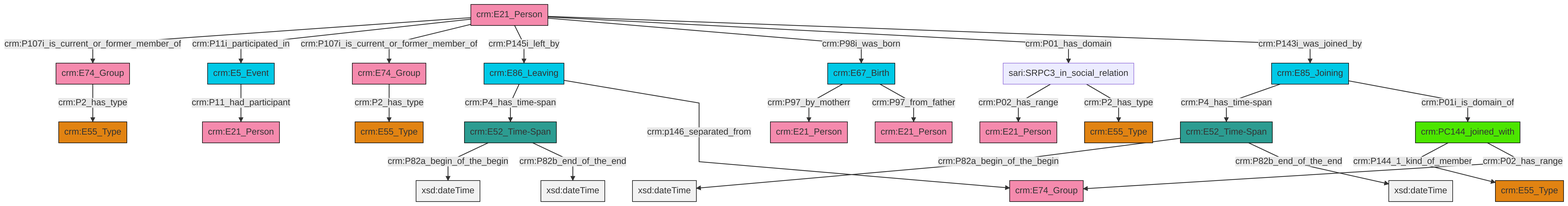
swiss-art-research-net/reference-data-models keeps this Mermaid diagram as et/personCSV/ttl/mmd/png/Person_Actor_Relations.png. Above is the earlier version. Its source is kept beside it as et/personCSV/ttl/mmd/Person_Actor_Relations.ttl.mmd. Its diagram source:
```mermaid
graph TD
classDef Literal fill:#f2f2f2,stroke:#000000;
classDef CRM_Entity fill:#FFFFFF,stroke:#000000;
classDef Temporal_Entity fill:#00C9E6, stroke:#000000;
classDef Type fill:#E18312, stroke:#000000;
classDef Time-Span fill:#2C9C91, stroke:#000000;
classDef Appellation fill:#FFEB7F, stroke:#000000;
classDef Place fill:#008836, stroke:#000000;
classDef Persistent_Item fill:#B266B2, stroke:#000000;
classDef Conceptual_Object fill:#FFD700, stroke:#000000;
classDef Physical_Thing fill:#D2B48C, stroke:#000000;
classDef Actor fill:#f58aad, stroke:#000000;
classDef PC_Classes fill:#4ce600, stroke:#000000;
classDef Multi fill:#cccccc,stroke:#000000;

0["crm:E21_Person"]:::Actor -->|crm:P107i_is_current_or_former_member_of| 1["crm:E74_Group"]:::Actor
0["crm:E21_Person"]:::Actor -->|crm:P11i_participated_in| 2["crm:E5_Event"]:::Temporal_Entity
3["crm:PC144_joined_with"]:::PC_Classes -->|crm:P144_1_kind_of_member| 4["crm:E55_Type"]:::Type
0["crm:E21_Person"]:::Actor -->|crm:P107i_is_current_or_former_member_of| 9["crm:E74_Group"]:::Actor
10["sari:SRPC3_in_social_relation"]:::Default -->|crm:P02_has_range| 11["crm:E21_Person"]:::Actor
3["crm:PC144_joined_with"]:::PC_Classes -->|crm:P02_has_range| 15["crm:E74_Group"]:::Actor
5["crm:E52_Time-Span"]:::Time-Span -->|crm:P82a_begin_of_the_begin| 22[xsd:dateTime]:::Literal
5["crm:E52_Time-Span"]:::Time-Span -->|crm:P82b_end_of_the_end| 23[xsd:dateTime]:::Literal
26["crm:E85_Joining"]:::Temporal_Entity -->|crm:P4_has_time-span| 5["crm:E52_Time-Span"]:::Time-Span
28["crm:E67_Birth"]:::Temporal_Entity -->|crm:P97_by_motherr| 29["crm:E21_Person"]:::Actor
2["crm:E5_Event"]:::Temporal_Entity -->|crm:P11_had_participant| 16["crm:E21_Person"]:::Actor
10["sari:SRPC3_in_social_relation"]:::Default -->|crm:P2_has_type| 24["crm:E55_Type"]:::Type
0["crm:E21_Person"]:::Actor -->|crm:P145i_left_by| 33["crm:E86_Leaving"]:::Temporal_Entity
9["crm:E74_Group"]:::Actor -->|crm:P2_has_type| 7["crm:E55_Type"]:::Type
1["crm:E74_Group"]:::Actor -->|crm:P2_has_type| 12["crm:E55_Type"]:::Type
28["crm:E67_Birth"]:::Temporal_Entity -->|crm:P97_from_father| 20["crm:E21_Person"]:::Actor
26["crm:E85_Joining"]:::Temporal_Entity -->|crm:P01i_is_domain_of| 3["crm:PC144_joined_with"]:::PC_Classes
33["crm:E86_Leaving"]:::Temporal_Entity -->|crm:P4_has_time-span| 18["crm:E52_Time-Span"]:::Time-Span
0["crm:E21_Person"]:::Actor -->|crm:P98i_was_born| 28["crm:E67_Birth"]:::Temporal_Entity
33["crm:E86_Leaving"]:::Temporal_Entity -->|crm:p146_separated_from| 15["crm:E74_Group"]:::Actor
0["crm:E21_Person"]:::Actor -->|crm:P01_has_domain| 10["sari:SRPC3_in_social_relation"]:::Default
18["crm:E52_Time-Span"]:::Time-Span -->|crm:P82a_begin_of_the_begin| 42[xsd:dateTime]:::Literal
18["crm:E52_Time-Span"]:::Time-Span -->|crm:P82b_end_of_the_end| 44[xsd:dateTime]:::Literal
0["crm:E21_Person"]:::Actor -->|crm:P143i_was_joined_by| 26["crm:E85_Joining"]:::Temporal_Entity
```
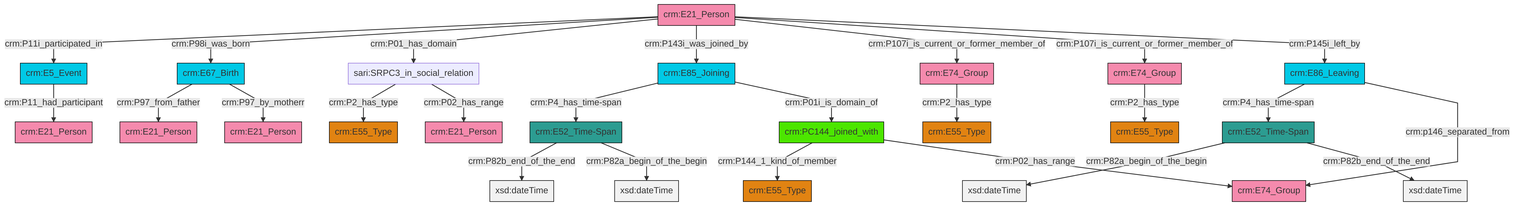
Later version of the same file.

Change to the diagram source:
```diff
@@ -13,27 +13,27 @@
 classDef PC_Classes fill:#4ce600, stroke:#000000;
 classDef Multi fill:#cccccc,stroke:#000000;
 
-0["crm:E21_Person"]:::Actor -->|crm:P107i_is_current_or_former_member_of| 1["crm:E74_Group"]:::Actor
-0["crm:E21_Person"]:::Actor -->|crm:P11i_participated_in| 2["crm:E5_Event"]:::Temporal_Entity
-3["crm:PC144_joined_with"]:::PC_Classes -->|crm:P144_1_kind_of_member| 4["crm:E55_Type"]:::Type
-0["crm:E21_Person"]:::Actor -->|crm:P107i_is_current_or_former_member_of| 9["crm:E74_Group"]:::Actor
-10["sari:SRPC3_in_social_relation"]:::Default -->|crm:P02_has_range| 11["crm:E21_Person"]:::Actor
-3["crm:PC144_joined_with"]:::PC_Classes -->|crm:P02_has_range| 15["crm:E74_Group"]:::Actor
-5["crm:E52_Time-Span"]:::Time-Span -->|crm:P82a_begin_of_the_begin| 22[xsd:dateTime]:::Literal
-5["crm:E52_Time-Span"]:::Time-Span -->|crm:P82b_end_of_the_end| 23[xsd:dateTime]:::Literal
-26["crm:E85_Joining"]:::Temporal_Entity -->|crm:P4_has_time-span| 5["crm:E52_Time-Span"]:::Time-Span
-28["crm:E67_Birth"]:::Temporal_Entity -->|crm:P97_by_motherr| 29["crm:E21_Person"]:::Actor
-2["crm:E5_Event"]:::Temporal_Entity -->|crm:P11_had_participant| 16["crm:E21_Person"]:::Actor
-10["sari:SRPC3_in_social_relation"]:::Default -->|crm:P2_has_type| 24["crm:E55_Type"]:::Type
-0["crm:E21_Person"]:::Actor -->|crm:P145i_left_by| 33["crm:E86_Leaving"]:::Temporal_Entity
-9["crm:E74_Group"]:::Actor -->|crm:P2_has_type| 7["crm:E55_Type"]:::Type
-1["crm:E74_Group"]:::Actor -->|crm:P2_has_type| 12["crm:E55_Type"]:::Type
-28["crm:E67_Birth"]:::Temporal_Entity -->|crm:P97_from_father| 20["crm:E21_Person"]:::Actor
-26["crm:E85_Joining"]:::Temporal_Entity -->|crm:P01i_is_domain_of| 3["crm:PC144_joined_with"]:::PC_Classes
-33["crm:E86_Leaving"]:::Temporal_Entity -->|crm:P4_has_time-span| 18["crm:E52_Time-Span"]:::Time-Span
-0["crm:E21_Person"]:::Actor -->|crm:P98i_was_born| 28["crm:E67_Birth"]:::Temporal_Entity
-33["crm:E86_Leaving"]:::Temporal_Entity -->|crm:p146_separated_from| 15["crm:E74_Group"]:::Actor
-0["crm:E21_Person"]:::Actor -->|crm:P01_has_domain| 10["sari:SRPC3_in_social_relation"]:::Default
-18["crm:E52_Time-Span"]:::Time-Span -->|crm:P82a_begin_of_the_begin| 42[xsd:dateTime]:::Literal
-18["crm:E52_Time-Span"]:::Time-Span -->|crm:P82b_end_of_the_end| 44[xsd:dateTime]:::Literal
-0["crm:E21_Person"]:::Actor -->|crm:P143i_was_joined_by| 26["crm:E85_Joining"]:::Temporal_Entity
+0["crm:E74_Group"]:::Actor -->|crm:P2_has_type| 1["crm:E55_Type"]:::Type
+2["crm:E52_Time-Span"]:::Time-Span -->|crm:P82a_begin_of_the_begin| 3[xsd:dateTime]:::Literal
+6["crm:E21_Person"]:::Actor -->|crm:P11i_participated_in| 7["crm:E5_Event"]:::Temporal_Entity
+10["crm:E85_Joining"]:::Temporal_Entity -->|crm:P4_has_time-span| 11["crm:E52_Time-Span"]:::Time-Span
+6["crm:E21_Person"]:::Actor -->|crm:P98i_was_born| 12["crm:E67_Birth"]:::Temporal_Entity
+11["crm:E52_Time-Span"]:::Time-Span -->|crm:P82b_end_of_the_end| 13[xsd:dateTime]:::Literal
+6["crm:E21_Person"]:::Actor -->|crm:P01_has_domain| 14["sari:SRPC3_in_social_relation"]:::Default
+6["crm:E21_Person"]:::Actor -->|crm:P143i_was_joined_by| 10["crm:E85_Joining"]:::Temporal_Entity
+7["crm:E5_Event"]:::Temporal_Entity -->|crm:P11_had_participant| 17["crm:E21_Person"]:::Actor
+18["crm:E74_Group"]:::Actor -->|crm:P2_has_type| 19["crm:E55_Type"]:::Type
+6["crm:E21_Person"]:::Actor -->|crm:P107i_is_current_or_former_member_of| 18["crm:E74_Group"]:::Actor
+22["crm:E86_Leaving"]:::Temporal_Entity -->|crm:P4_has_time-span| 2["crm:E52_Time-Span"]:::Time-Span
+22["crm:E86_Leaving"]:::Temporal_Entity -->|crm:p146_separated_from| 27["crm:E74_Group"]:::Actor
+14["sari:SRPC3_in_social_relation"]:::Default -->|crm:P2_has_type| 4["crm:E55_Type"]:::Type
+2["crm:E52_Time-Span"]:::Time-Span -->|crm:P82b_end_of_the_end| 29[xsd:dateTime]:::Literal
+14["sari:SRPC3_in_social_relation"]:::Default -->|crm:P02_has_range| 30["crm:E21_Person"]:::Actor
+12["crm:E67_Birth"]:::Temporal_Entity -->|crm:P97_from_father| 8["crm:E21_Person"]:::Actor
+15["crm:PC144_joined_with"]:::PC_Classes -->|crm:P144_1_kind_of_member| 20["crm:E55_Type"]:::Type
+15["crm:PC144_joined_with"]:::PC_Classes -->|crm:P02_has_range| 27["crm:E74_Group"]:::Actor
+6["crm:E21_Person"]:::Actor -->|crm:P107i_is_current_or_former_member_of| 0["crm:E74_Group"]:::Actor
+12["crm:E67_Birth"]:::Temporal_Entity -->|crm:P97_by_motherr| 36["crm:E21_Person"]:::Actor
+11["crm:E52_Time-Span"]:::Time-Span -->|crm:P82a_begin_of_the_begin| 37[xsd:dateTime]:::Literal
+6["crm:E21_Person"]:::Actor -->|crm:P145i_left_by| 22["crm:E86_Leaving"]:::Temporal_Entity
+10["crm:E85_Joining"]:::Temporal_Entity -->|crm:P01i_is_domain_of| 15["crm:PC144_joined_with"]:::PC_Classes
```
